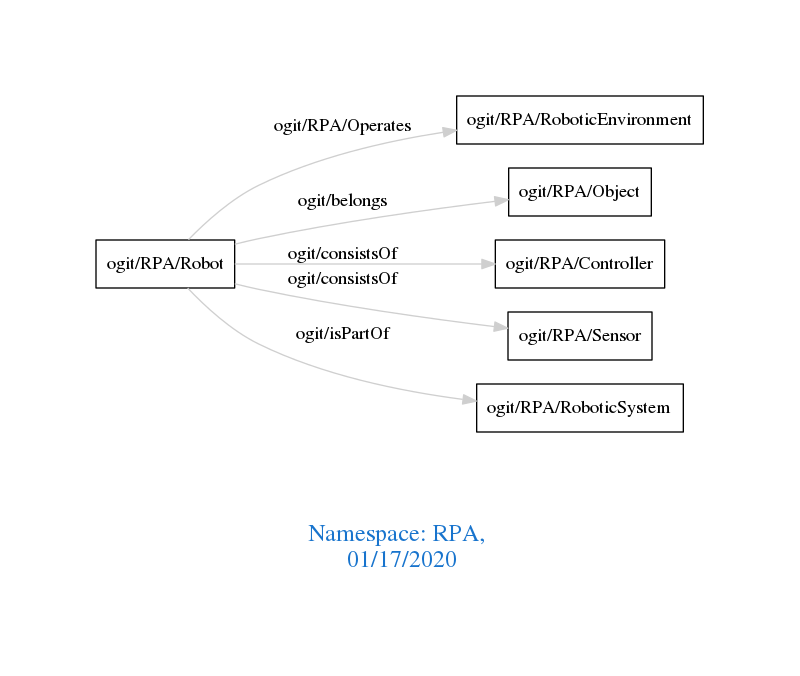
Above: downloads/RPA.png in arago/OGIT (Graphviz), before the change. Its source is kept beside it as downloads/RPA.dot.
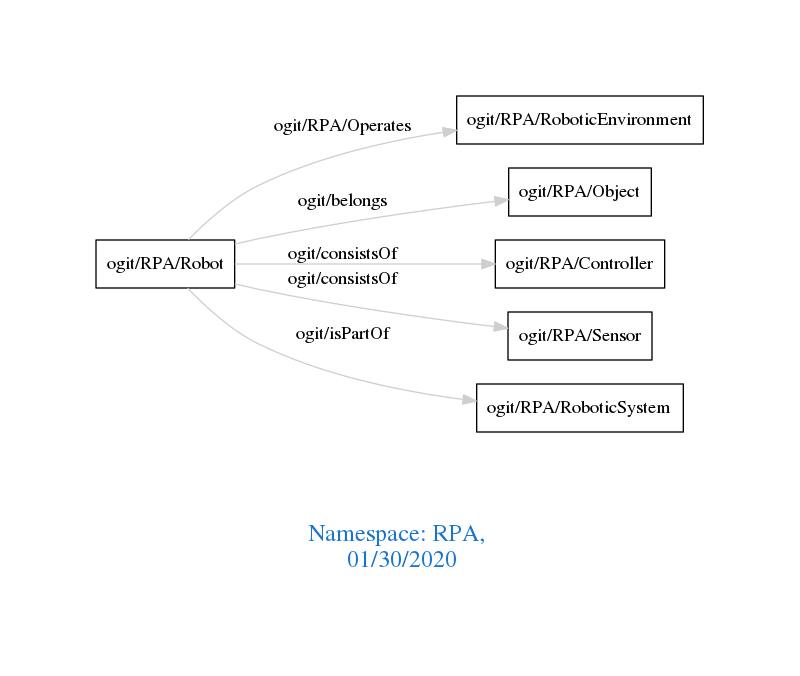
The same file after the commit.

The edit, as a diff of the source:
```diff
@@ -1,7 +1,7 @@
 digraph OGIT_ontology {
  graph [ rankdir= LR,pad=1
 fontsize = 18,
-fontcolor= dodgerblue3,label = "\n\n\nNamespace: RPA, \n 01/17/2020"];
+fontcolor= dodgerblue3,label = "\n\n\nNamespace: RPA, \n 01/30/2020"];
 node[shape=polygon];
 edge [  color="gray81"];
 
```
